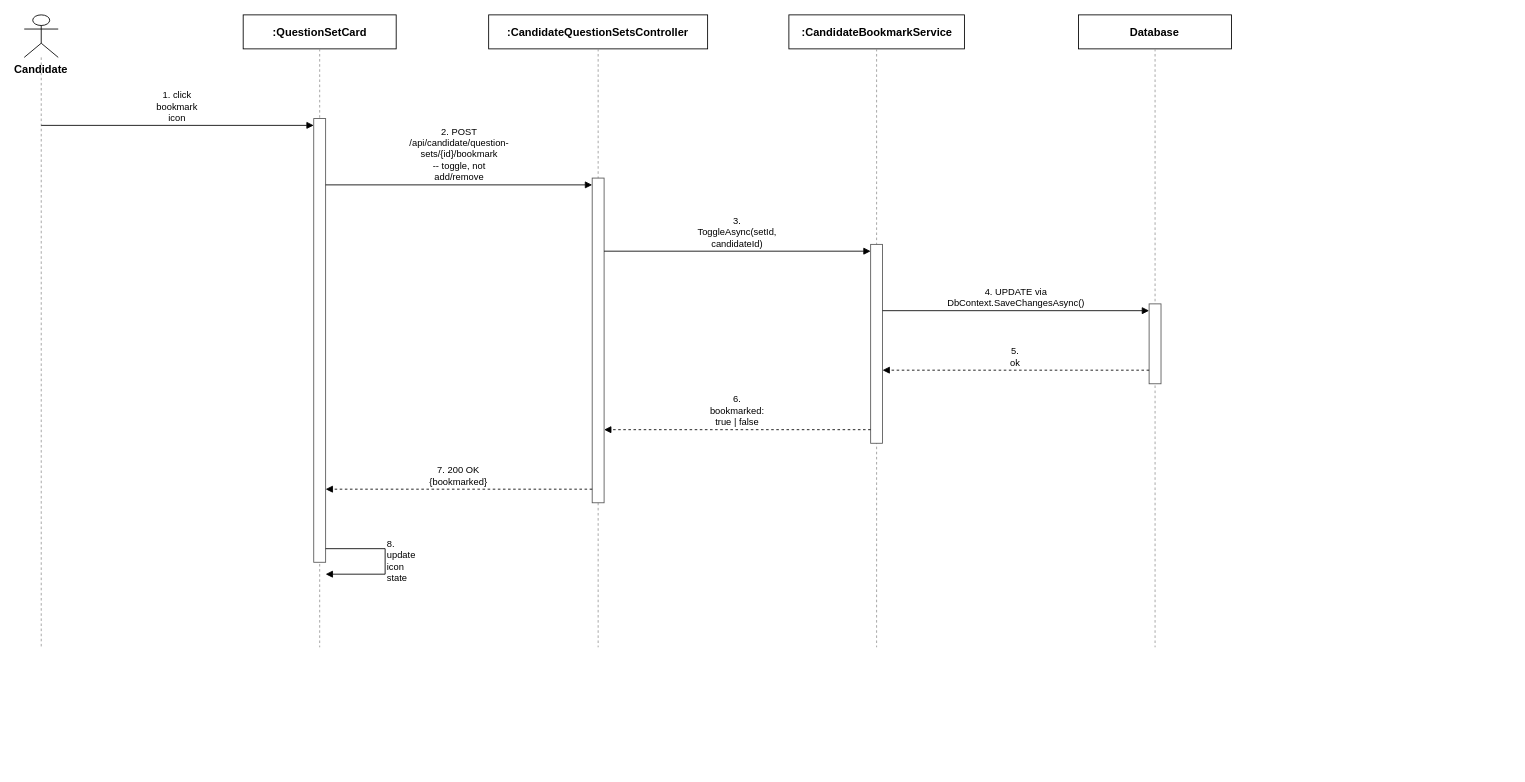
This is docs/qa/Tu_SequenceDiagram/Report4_SequenceDiagram_Bookmark_or_Unbookmark_Question_Set.drawio from tulklk/AI_Interview_Question_Generation_RAG_LLM_FE, a draw.io file, before an edit. Source tidied: cells renumbered, new cells numbered last; positions are measured from the earlier drawing's top-left corner, leaving out a move shared by most shapes. Both pictures are drawn from the tidied source at 85%, with x=0, y=0 at pixel (24, 14).
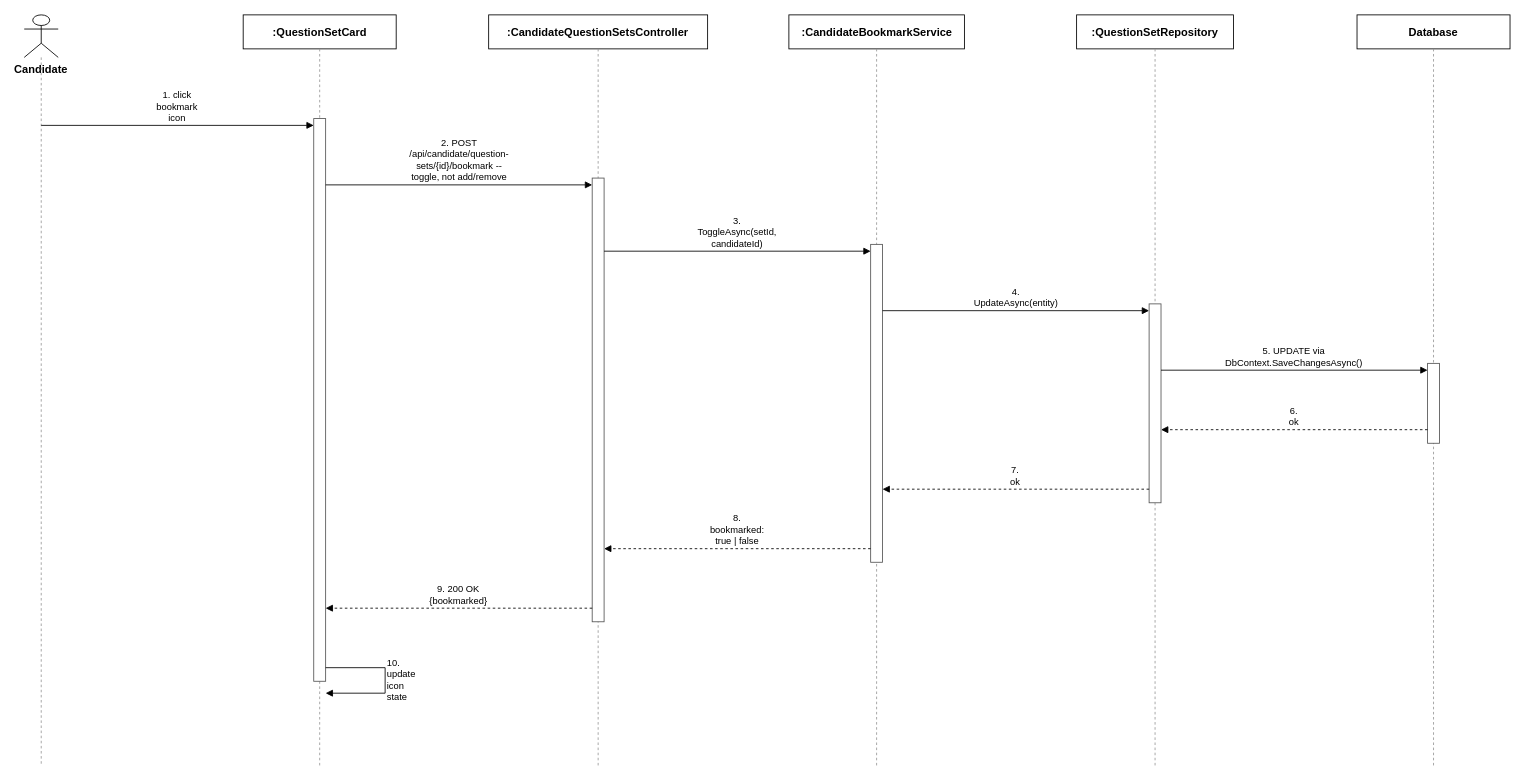
The same page after the edit.

The edit, as a diff of the source:
```diff
@@
     <mxCell id="3" style="endArrow=none;dashed=1;html=1;strokeColor=#999999;" parent="1" edge="1">
       <mxGeometry relative="1" as="geometry">
         <mxPoint x="20" y="50" as="sourcePoint" />
-        <mxPoint x="20" y="744" as="targetPoint" />
+        <mxPoint x="20" y="884" as="targetPoint" />
       </mxGeometry>
     </mxCell>
@@
     <mxCell id="5" style="endArrow=none;dashed=1;html=1;strokeColor=#999999;" parent="1" edge="1">
       <mxGeometry relative="1" as="geometry">
         <mxPoint x="347.6" y="40" as="sourcePoint" />
-        <mxPoint x="347.6" y="744" as="targetPoint" />
+        <mxPoint x="347.6" y="884" as="targetPoint" />
       </mxGeometry>
     </mxCell>
@@
     <mxCell id="7" style="endArrow=none;dashed=1;html=1;strokeColor=#999999;" parent="1" edge="1">
       <mxGeometry relative="1" as="geometry">
         <mxPoint x="675.2" y="40" as="sourcePoint" />
-        <mxPoint x="675.2" y="744" as="targetPoint" />
+        <mxPoint x="675.2" y="884" as="targetPoint" />
       </mxGeometry>
     </mxCell>
@@
     <mxCell id="9" style="endArrow=none;dashed=1;html=1;strokeColor=#999999;" parent="1" edge="1">
       <mxGeometry relative="1" as="geometry">
         <mxPoint x="1002.8" y="40" as="sourcePoint" />
-        <mxPoint x="1002.8" y="744" as="targetPoint" />
+        <mxPoint x="1002.8" y="884" as="targetPoint" />
       </mxGeometry>
     </mxCell>
-    <mxCell id="10" value="Database" style="rounded=0;whiteSpace=wrap;html=1;fontSize=13;fillColor=#ffffff;strokeColor=#000000;fontStyle=1;" parent="1" vertex="1">
-      <mxGeometry x="1240.4" width="180" height="40" as="geometry" />
+    <mxCell id="10" value=":QuestionSetRepository" style="rounded=0;whiteSpace=wrap;html=1;fontSize=13;fillColor=#ffffff;strokeColor=#000000;fontStyle=1;" parent="1" vertex="1">
+      <mxGeometry x="1238.1" width="184.6" height="40" as="geometry" />
     </mxCell>
     <mxCell id="11" style="endArrow=none;dashed=1;html=1;strokeColor=#999999;" parent="1" edge="1">
       <mxGeometry relative="1" as="geometry">
         <mxPoint x="1330.4" y="40" as="sourcePoint" />
-        <mxPoint x="1330.4" y="744" as="targetPoint" />
+        <mxPoint x="1330.4" y="884" as="targetPoint" />
       </mxGeometry>
     </mxCell>
-    <mxCell id="12" style="rounded=0;whiteSpace=wrap;html=1;fillColor=#ffffff;strokeColor=#555555;" parent="1" vertex="1">
-      <mxGeometry x="340.6" y="122" width="14" height="522" as="geometry" />
+    <mxCell id="12" value="Database" style="rounded=0;whiteSpace=wrap;html=1;fontSize=13;fillColor=#ffffff;strokeColor=#000000;fontStyle=1;" parent="1" vertex="1">
+      <mxGeometry x="1568" width="180" height="40" as="geometry" />
     </mxCell>
-    <mxCell id="13" style="rounded=0;whiteSpace=wrap;html=1;fillColor=#ffffff;strokeColor=#555555;" parent="1" vertex="1">
-      <mxGeometry x="668.2" y="192" width="14" height="382" as="geometry" />
+    <mxCell id="13" style="endArrow=none;dashed=1;html=1;strokeColor=#999999;" parent="1" edge="1">
+      <mxGeometry relative="1" as="geometry">
+        <mxPoint x="1658" y="40" as="sourcePoint" />
+        <mxPoint x="1658" y="884" as="targetPoint" />
+      </mxGeometry>
     </mxCell>
     <mxCell id="14" style="rounded=0;whiteSpace=wrap;html=1;fillColor=#ffffff;strokeColor=#555555;" parent="1" vertex="1">
-      <mxGeometry x="995.8" y="270" width="14" height="234" as="geometry" />
+      <mxGeometry x="340.6" y="122" width="14" height="662" as="geometry" />
     </mxCell>
     <mxCell id="15" style="rounded=0;whiteSpace=wrap;html=1;fillColor=#ffffff;strokeColor=#555555;" parent="1" vertex="1">
-      <mxGeometry x="1323.4" y="340" width="14" height="94" as="geometry" />
+      <mxGeometry x="668.2" y="192" width="14" height="522" as="geometry" />
     </mxCell>
-    <mxCell id="16" value="1. click bookmark icon" style="endArrow=block;endFill=1;html=1;whiteSpace=wrap;fontSize=11;align=center;verticalAlign=bottom;labelBackgroundColor=#ffffff;strokeColor=#000000;" parent="1" edge="1">
-      <mxGeometry relative="1" as="geometry">
-        <mxPoint x="20" y="130" as="sourcePoint" />
-        <mxPoint x="340.6" y="130" as="targetPoint" />
-      </mxGeometry>
+    <mxCell id="16" style="rounded=0;whiteSpace=wrap;html=1;fillColor=#ffffff;strokeColor=#555555;" parent="1" vertex="1">
+      <mxGeometry x="995.8" y="270" width="14" height="374" as="geometry" />
     </mxCell>
-    <mxCell id="17" value="2. POST /api/candidate/question-sets/{id}/bookmark&lt;br&gt;-- toggle, not add/remove" style="endArrow=block;endFill=1;html=1;whiteSpace=wrap;fontSize=11;align=center;verticalAlign=bottom;labelBackgroundColor=#ffffff;strokeColor=#000000;" parent="1" edge="1">
-      <mxGeometry relative="1" as="geometry">
-        <mxPoint x="354.6" y="200" as="sourcePoint" />
-        <mxPoint x="668.2" y="200" as="targetPoint" />
-      </mxGeometry>
+    <mxCell id="17" style="rounded=0;whiteSpace=wrap;html=1;fillColor=#ffffff;strokeColor=#555555;" parent="1" vertex="1">
+      <mxGeometry x="1323.4" y="340" width="14" height="234" as="geometry" />
     </mxCell>
-    <mxCell id="18" value="3. ToggleAsync(setId, candidateId)" style="endArrow=block;endFill=1;html=1;whiteSpace=wrap;fontSize=11;align=center;verticalAlign=bottom;labelBackgroundColor=#ffffff;strokeColor=#000000;" parent="1" edge="1">
-      <mxGeometry relative="1" as="geometry">
-        <mxPoint x="682.2" y="278" as="sourcePoint" />
-        <mxPoint x="995.8" y="278" as="targetPoint" />
-      </mxGeometry>
+    <mxCell id="18" style="rounded=0;whiteSpace=wrap;html=1;fillColor=#ffffff;strokeColor=#555555;" parent="1" vertex="1">
+      <mxGeometry x="1651" y="410" width="14" height="94" as="geometry" />
     </mxCell>
-    <mxCell id="19" value="4. UPDATE via DbContext.SaveChangesAsync()" style="endArrow=block;endFill=1;html=1;whiteSpace=wrap;fontSize=11;align=center;verticalAlign=bottom;labelBackgroundColor=#ffffff;strokeColor=#000000;" parent="1" edge="1">
+    <mxCell id="19" value="1. click bookmark icon" style="endArrow=block;endFill=1;html=1;whiteSpace=wrap;fontSize=11;align=center;verticalAlign=bottom;labelBackgroundColor=#ffffff;strokeColor=#000000;" parent="1" edge="1">
       <mxGeometry relative="1" as="geometry">
-        <mxPoint x="1009.8" y="348" as="sourcePoint" />
-        <mxPoint x="1323.4" y="348" as="targetPoint" />
+        <mxPoint x="20" y="130" as="sourcePoint" />
+        <mxPoint x="340.6" y="130" as="targetPoint" />
       </mxGeometry>
     </mxCell>
-    <mxCell id="20" value="5. ok" style="endArrow=block;endFill=1;html=1;whiteSpace=wrap;dashed=1;fontSize=11;align=center;verticalAlign=bottom;labelBackgroundColor=#ffffff;strokeColor=#000000;" parent="1" edge="1">
+    <mxCell id="20" value="2. POST /api/candidate/question-sets/{id}/bookmark --&lt;br&gt;toggle, not add/remove" style="endArrow=block;endFill=1;html=1;whiteSpace=wrap;fontSize=11;align=center;verticalAlign=bottom;labelBackgroundColor=#ffffff;strokeColor=#000000;" parent="1" edge="1">
       <mxGeometry relative="1" as="geometry">
-        <mxPoint x="1323.4" y="418" as="sourcePoint" />
-        <mxPoint x="1009.8" y="418" as="targetPoint" />
+        <mxPoint x="354.6" y="200" as="sourcePoint" />
+        <mxPoint x="668.2" y="200" as="targetPoint" />
       </mxGeometry>
     </mxCell>
-    <mxCell id="21" value="6. bookmarked: true | false" style="endArrow=block;endFill=1;html=1;whiteSpace=wrap;dashed=1;fontSize=11;align=center;verticalAlign=bottom;labelBackgroundColor=#ffffff;strokeColor=#000000;" parent="1" edge="1">
+    <mxCell id="21" value="3. ToggleAsync(setId, candidateId)" style="endArrow=block;endFill=1;html=1;whiteSpace=wrap;fontSize=11;align=center;verticalAlign=bottom;labelBackgroundColor=#ffffff;strokeColor=#000000;" parent="1" edge="1">
       <mxGeometry relative="1" as="geometry">
-        <mxPoint x="995.8" y="488" as="sourcePoint" />
-        <mxPoint x="682.2" y="488" as="targetPoint" />
+        <mxPoint x="682.2" y="278" as="sourcePoint" />
+        <mxPoint x="995.8" y="278" as="targetPoint" />
       </mxGeometry>
     </mxCell>
-    <mxCell id="22" value="7. 200 OK {bookmarked}" style="endArrow=block;endFill=1;html=1;whiteSpace=wrap;dashed=1;fontSize=11;align=center;verticalAlign=bottom;labelBackgroundColor=#ffffff;strokeColor=#000000;" parent="1" edge="1">
+    <mxCell id="22" value="4. UpdateAsync(entity)" style="endArrow=block;endFill=1;html=1;whiteSpace=wrap;fontSize=11;align=center;verticalAlign=bottom;labelBackgroundColor=#ffffff;strokeColor=#000000;" parent="1" edge="1">
       <mxGeometry relative="1" as="geometry">
-        <mxPoint x="668.2" y="558" as="sourcePoint" />
-        <mxPoint x="354.6" y="558" as="targetPoint" />
+        <mxPoint x="1009.8" y="348" as="sourcePoint" />
+        <mxPoint x="1323.4" y="348" as="targetPoint" />
       </mxGeometry>
     </mxCell>
-    <mxCell id="23" value="8. update icon state" style="endArrow=block;endFill=1;html=1;whiteSpace=wrap;fontSize=11;align=left;verticalAlign=middle;labelBackgroundColor=#ffffff;rounded=0;strokeColor=#000000;" parent="1" edge="1">
+    <mxCell id="23" value="5. UPDATE via DbContext.SaveChangesAsync()" style="endArrow=block;endFill=1;html=1;whiteSpace=wrap;fontSize=11;align=center;verticalAlign=bottom;labelBackgroundColor=#ffffff;strokeColor=#000000;" parent="1" edge="1">
       <mxGeometry relative="1" as="geometry">
-        <mxPoint x="354.6" y="628" as="sourcePoint" />
-        <mxPoint x="354.6" y="658" as="targetPoint" />
-        <Array as="points">
-          <mxPoint x="424.6" y="628" />
-          <mxPoint x="424.6" y="658" />
-        </Array>
+        <mxPoint x="1337.4" y="418" as="sourcePoint" />
+        <mxPoint x="1651" y="418" as="targetPoint" />
       </mxGeometry>
     </mxCell>
+    <mxCell id="24" value="6. ok" style="endArrow=block;endFill=1;html=1;whiteSpace=wrap;dashed=1;fontSize=11;align=center;verticalAlign=bottom;labelBackgroundColor=#ffffff;strokeColor=#000000;" parent="1" edge="1">
+      <mxGeometry relative="1" as="geometry">
+        <mxPoint x="1651" y="488" as="sourcePoint" />
+        <mxPoint x="1337.4" y="488" as="targetPoint" />
+      </mxGeometry>
+    </mxCell>
+    <mxCell id="25" value="7. ok" style="endArrow=block;endFill=1;html=1;whiteSpace=wrap;dashed=1;fontSize=11;align=center;verticalAlign=bottom;labelBackgroundColor=#ffffff;strokeColor=#000000;" parent="1" edge="1">
+      <mxGeometry relative="1" as="geometry">
+        <mxPoint x="1323.4" y="558" as="sourcePoint" />
+        <mxPoint x="1009.8" y="558" as="targetPoint" />
+      </mxGeometry>
+    </mxCell>
+    <mxCell id="26" value="8. bookmarked: true | false" style="endArrow=block;endFill=1;html=1;whiteSpace=wrap;dashed=1;fontSize=11;align=center;verticalAlign=bottom;labelBackgroundColor=#ffffff;strokeColor=#000000;" parent="1" edge="1">
+      <mxGeometry relative="1" as="geometry">
+        <mxPoint x="995.8" y="628" as="sourcePoint" />
+        <mxPoint x="682.2" y="628" as="targetPoint" />
+      </mxGeometry>
+    </mxCell>
+    <mxCell id="27" value="9. 200 OK {bookmarked}" style="endArrow=block;endFill=1;html=1;whiteSpace=wrap;dashed=1;fontSize=11;align=center;verticalAlign=bottom;labelBackgroundColor=#ffffff;strokeColor=#000000;" parent="1" edge="1">
+      <mxGeometry relative="1" as="geometry">
+        <mxPoint x="668.2" y="698" as="sourcePoint" />
+        <mxPoint x="354.6" y="698" as="targetPoint" />
+      </mxGeometry>
+    </mxCell>
+    <mxCell id="28" value="10. update icon state" style="endArrow=block;endFill=1;html=1;whiteSpace=wrap;fontSize=11;align=left;verticalAlign=middle;labelBackgroundColor=#ffffff;rounded=0;strokeColor=#000000;" parent="1" edge="1">
+      <mxGeometry relative="1" as="geometry">
+        <mxPoint x="354.6" y="768" as="sourcePoint" />
+        <mxPoint x="354.6" y="798" as="targetPoint" />
+        <Array as="points">
+          <mxPoint x="424.6" y="768" />
+          <mxPoint x="424.6" y="798" />
+        </Array>
+      </mxGeometry>
+    </mxCell>
```
